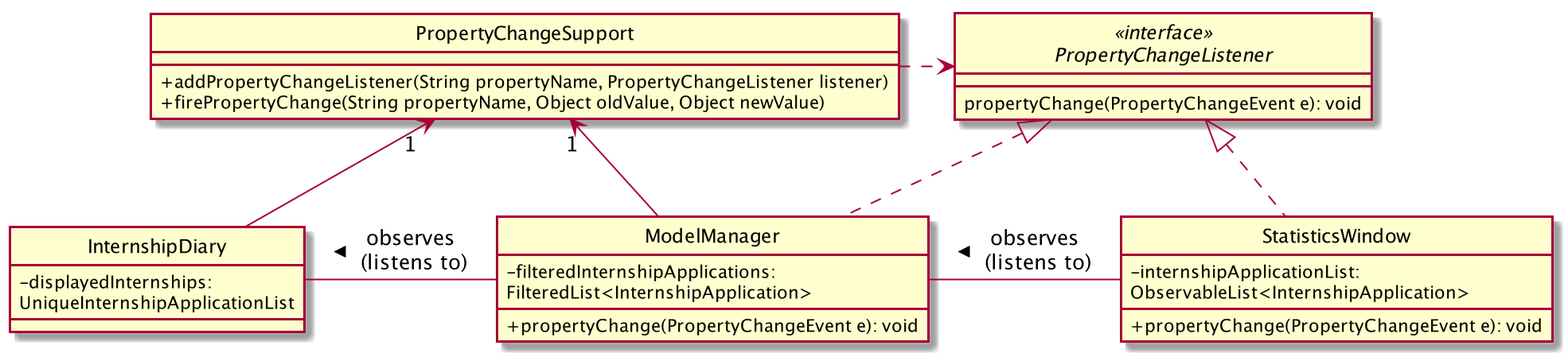
The PlantUML diagram images/InternshipDiaryAndModelManagerPropertyChangeClassDiagram.png in AY1920S2-CS2103T-F10-2/main, before a commit.
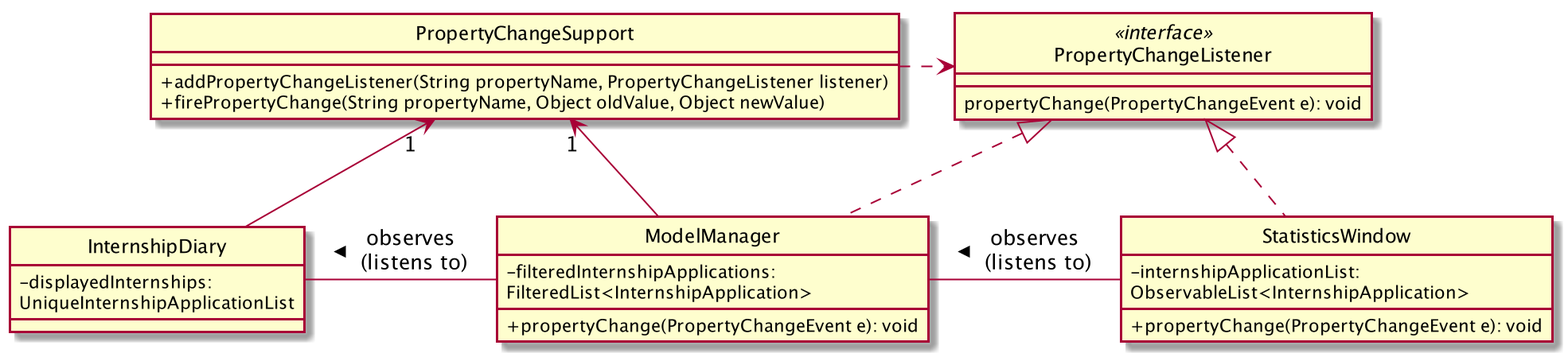
Later version of the same file.

Diff of the diagram source:
```diff
@@ -2,6 +2,7 @@
 
 hide circle
 skinparam classAttributeIconSize 0
+
 
 Class InternshipDiary {
     - displayedInternships: \nUniqueInternshipApplicationList
@@ -17,7 +18,7 @@
     + propertyChange(PropertyChangeEvent e): void
 }
 
-interface PropertyChangeListener <<interface>> {
+class PropertyChangeListener <<interface>> {
     propertyChange(PropertyChangeEvent e): void
 }
 
```
